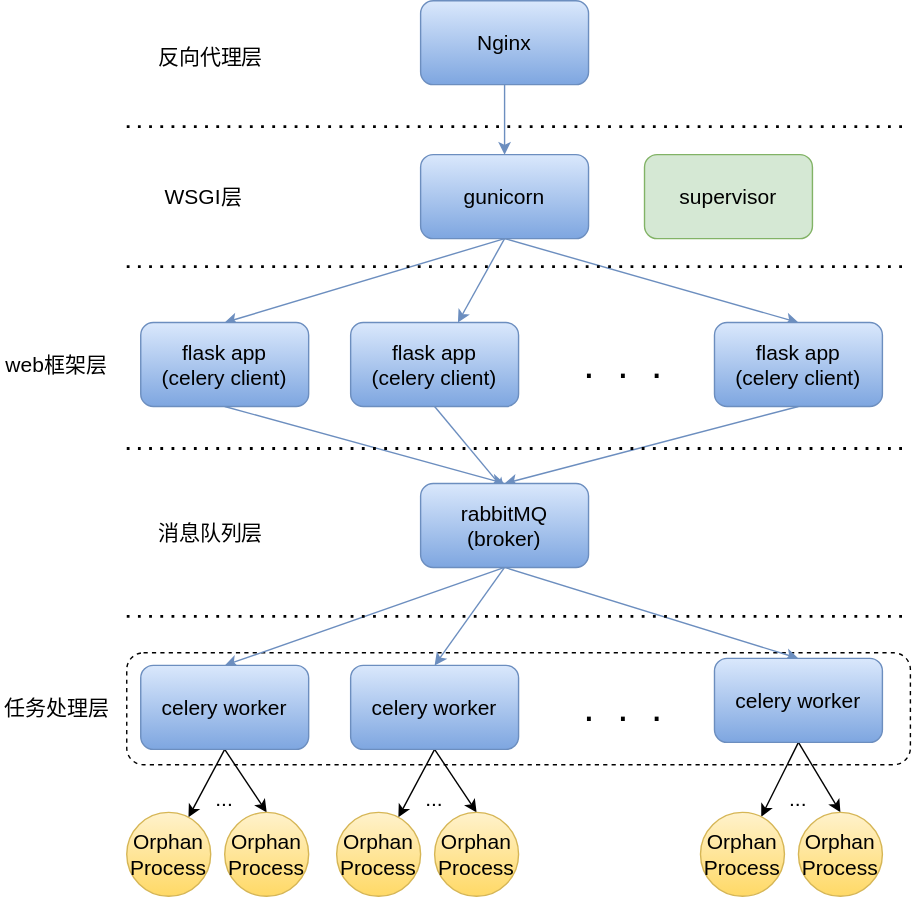
This is platform.drawio.svg from cvvz/cvvz.github.io, a draw.io export, as it was before one commit. Source tidied: cells renumbered, new cells last; positions are measured from the earlier drawing's top-left corner, leaving out a move shared by most shapes.
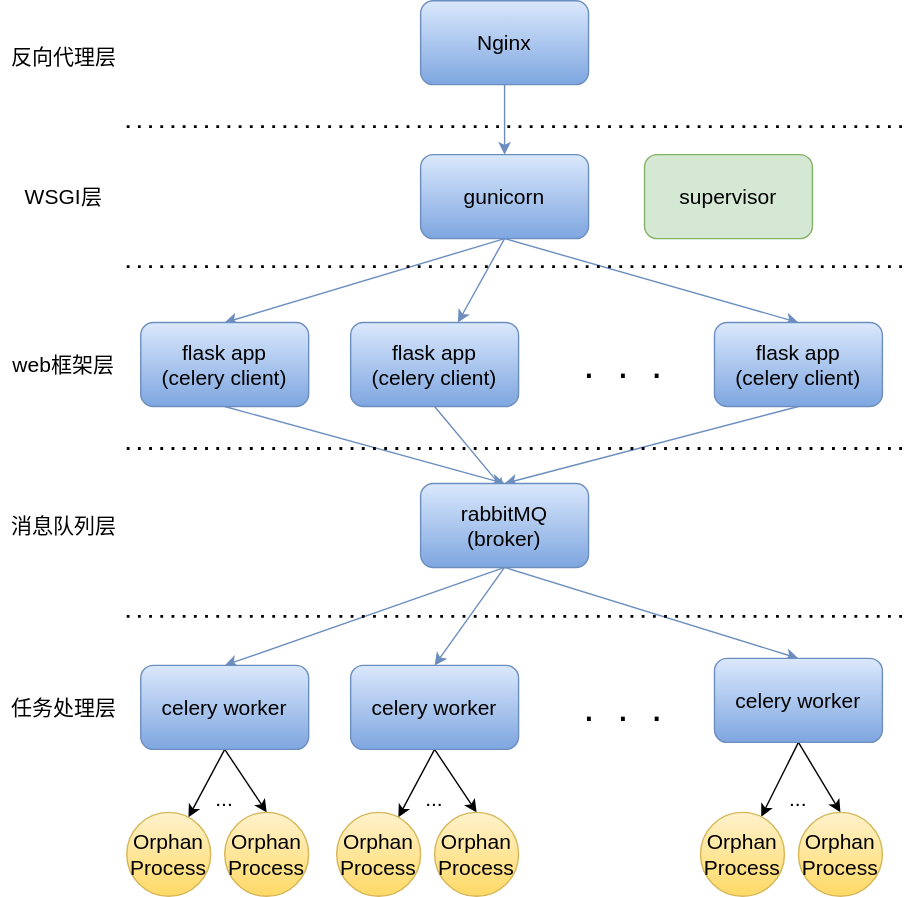
Above is the later version.

What changed in the source:
```diff
@@ -2,9 +2,6 @@
   <root>
     <mxCell id="0" />
     <mxCell id="1" parent="0" />
-    <mxCell id="2" style="rounded=1;whiteSpace=wrap;html=1;strokeWidth=1;fillColor=none;dashed=1;fontSize=15;" parent="1" vertex="1">
-      <mxGeometry x="90" y="466" width="560" height="80" as="geometry" />
-    </mxCell>
     <mxCell id="3" style="edgeStyle=orthogonalEdgeStyle;rounded=0;jettySize=auto;html=1;gradientColor=#7ea6e0;fillColor=#dae8fc;strokeColor=#6c8ebf;fontSize=15;" parent="1" edge="1" source="4" target="8">
       <mxGeometry relative="1" as="geometry" />
     </mxCell>
@@ -143,19 +140,19 @@
       </mxGeometry>
     </mxCell>
     <mxCell id="44" value="反向代理层" style="text;html=1;strokeColor=none;fillColor=none;align=center;verticalAlign=middle;whiteSpace=wrap;rounded=0;fontSize=15;" parent="1" vertex="1">
-      <mxGeometry x="105" y="30" width="90" height="20" as="geometry" />
+      <mxGeometry y="30" width="90" height="20" as="geometry" />
     </mxCell>
     <mxCell id="45" value="WSGI层" style="text;html=1;strokeColor=none;fillColor=none;align=center;verticalAlign=middle;whiteSpace=wrap;rounded=0;fontSize=15;" parent="1" vertex="1">
-      <mxGeometry x="110" y="130" width="70" height="20" as="geometry" />
+      <mxGeometry x="10" y="130" width="70" height="20" as="geometry" />
     </mxCell>
     <mxCell id="46" value="web框架层" style="text;html=1;strokeColor=none;fillColor=none;align=center;verticalAlign=middle;whiteSpace=wrap;rounded=0;fontSize=15;" parent="1" vertex="1">
-      <mxGeometry y="250" width="80" height="20" as="geometry" />
+      <mxGeometry x="5" y="250" width="80" height="20" as="geometry" />
     </mxCell>
     <mxCell id="47" value="消息队列层" style="text;html=1;strokeColor=none;fillColor=none;align=center;verticalAlign=middle;whiteSpace=wrap;rounded=0;fontSize=15;" parent="1" vertex="1">
-      <mxGeometry x="110" y="370" width="80" height="20" as="geometry" />
+      <mxGeometry x="5" y="365" width="80" height="20" as="geometry" />
     </mxCell>
     <mxCell id="48" value="任务处理层" style="text;html=1;strokeColor=none;fillColor=none;align=center;verticalAlign=middle;whiteSpace=wrap;rounded=0;fontSize=15;" parent="1" vertex="1">
-      <mxGeometry y="495" width="80" height="20" as="geometry" />
+      <mxGeometry x="5" y="495" width="80" height="20" as="geometry" />
     </mxCell>
   </root>
 </mxGraphModel>
```
